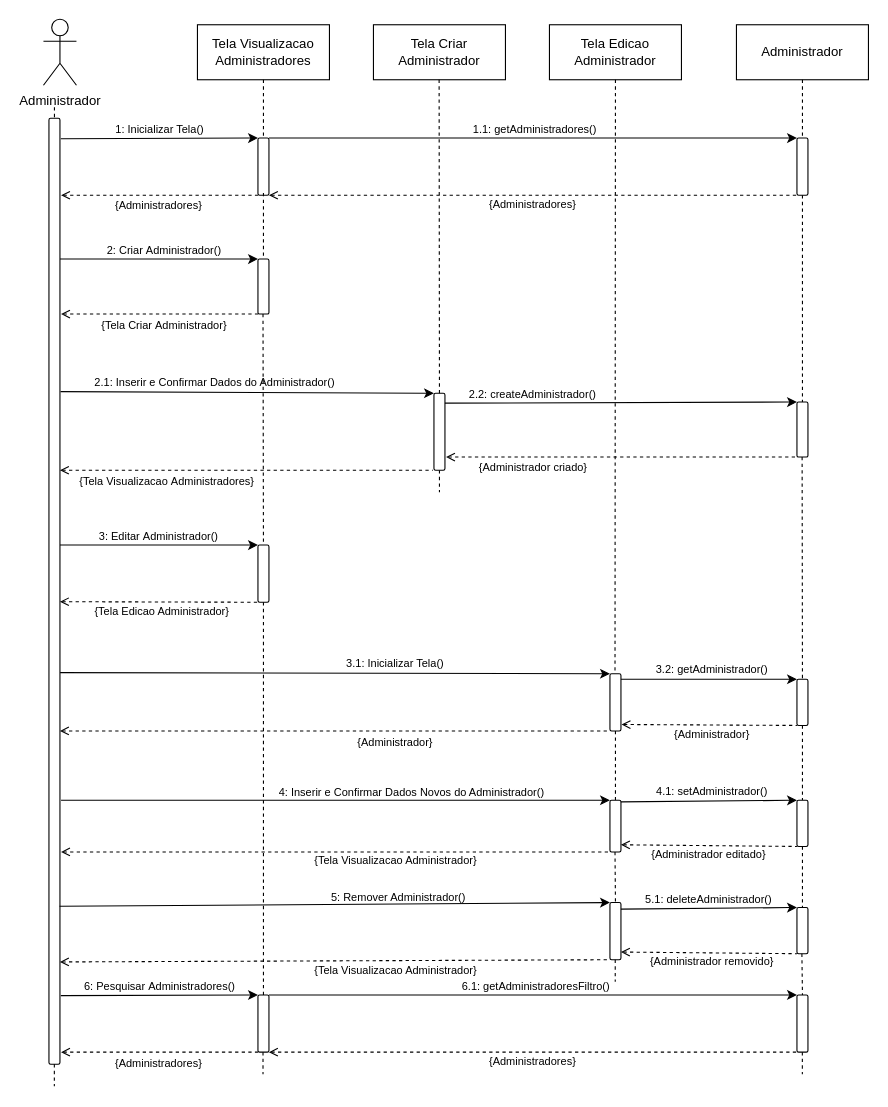
Above: Diagramas/Eng_de_Software/Modelos/Sequencia/Manter_Administradores.drawio in GabrielGMori/trabalho-conclus-o-ano (draw.io), before the change. Source tidied: cells renumbered, new cells numbered last; positions are measured from the earlier drawing's top-left corner, leaving out a move shared by most shapes. Both pictures are drawn from the tidied source at 110%, with x=0, y=0 at pixel (43, 19).
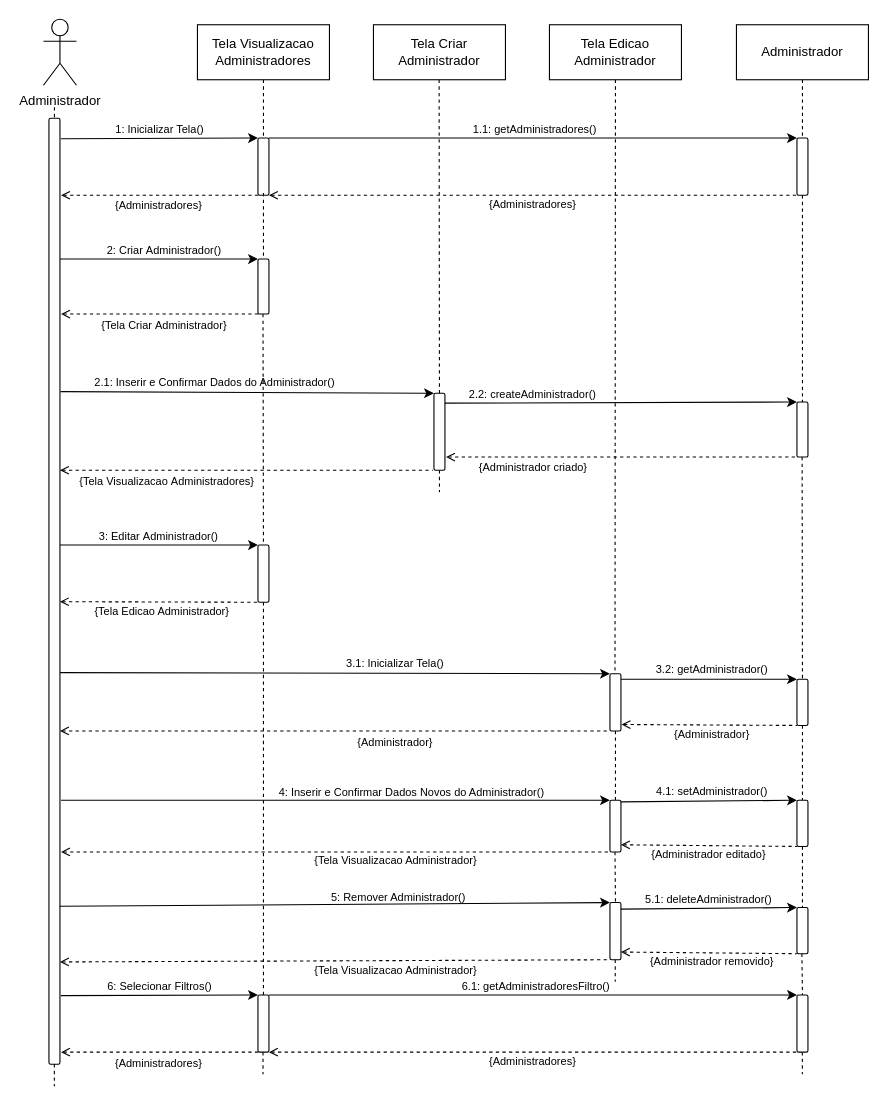
The same page after the edit.

The edit, as a diff of the source:
```diff
@@
-    <mxCell id="90" value="&lt;font&gt;6: Pesquisar&amp;nbsp;&lt;/font&gt;&lt;font&gt;&lt;/font&gt;Administrador&lt;font&gt;&lt;/font&gt;&lt;font&gt;es()&lt;/font&gt;" style="text;html=1;align=center;verticalAlign=middle;whiteSpace=wrap;rounded=0;fontSize=10;" parent="1" vertex="1">
+    <mxCell id="90" value="&lt;font&gt;6: Selecionar Filtros&lt;/font&gt;&lt;font&gt;()&lt;/font&gt;" style="text;html=1;align=center;verticalAlign=middle;whiteSpace=wrap;rounded=0;fontSize=10;" parent="1" vertex="1">
       <mxGeometry x="26" y="869" width="160" height="20" as="geometry" />
     </mxCell>
```
